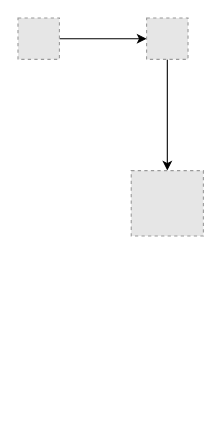
The draw.io diagram MyTestDiagram.drawio in pirahawk/draw-io-diagrams, before the edit. Source tidied: cells renumbered, new cells numbered last; positions are measured from the earlier drawing's top-left corner, leaving out a move shared by most shapes. Both pictures are drawn from the tidied source at 109%, with x=0, y=0 at pixel (17, 17). Pictures stored in the file or linked from it are replaced by grey dashed boxes.
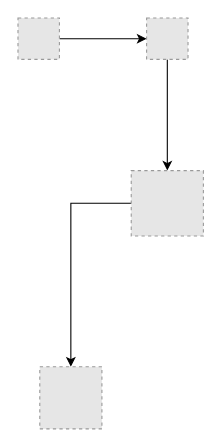
Above is the later version.

Change to the diagram source:
```diff
@@
 <mxGraphModel>
   <root>
     <mxCell id="0" />
     <mxCell id="1" parent="0" />
     <mxCell id="2" style="edgeStyle=orthogonalEdgeStyle;rounded=0;jettySize=auto;html=1;" parent="1" edge="1" source="3" target="5">
       <mxGeometry relative="1" as="geometry" />
     </mxCell>
     <mxCell id="3" style="fillColor=#E6E6E6;strokeColor=#999999;dashed=1;verticalLabelPosition=bottom;labelBackgroundColor=#ffffff;verticalAlign=top;" parent="1" vertex="1">
       <mxGeometry width="38" height="38" as="geometry" />
     </mxCell>
     <mxCell id="4" style="edgeStyle=orthogonalEdgeStyle;rounded=0;jettySize=auto;html=1;" parent="1" edge="1" source="5" target="6">
       <mxGeometry relative="1" as="geometry" />
     </mxCell>
     <mxCell id="5" style="fillColor=#E6E6E6;strokeColor=#999999;dashed=1;verticalLabelPosition=bottom;labelBackgroundColor=#ffffff;verticalAlign=top;" parent="1" vertex="1">
       <mxGeometry x="118" width="38" height="38" as="geometry" />
     </mxCell>
+    <mxCell id="7" style="edgeStyle=orthogonalEdgeStyle;rounded=0;jettySize=auto;html=1;" parent="1" edge="1" source="6" target="8">
+      <mxGeometry relative="1" as="geometry" />
+    </mxCell>
     <mxCell id="6" style="fillColor=#E6E6E6;strokeColor=#999999;dashed=1;verticalLabelPosition=bottom;labelBackgroundColor=#ffffff;verticalAlign=top;" parent="1" vertex="1">
       <mxGeometry x="103.9" y="140" width="66.2" height="60" as="geometry" />
     </mxCell>
+    <mxCell id="8" style="fillColor=#E6E6E6;strokeColor=#999999;dashed=1;verticalLabelPosition=bottom;labelBackgroundColor=#ffffff;verticalAlign=top;" parent="1" vertex="1">
+      <mxGeometry x="20" y="320" width="57" height="57" as="geometry" />
+    </mxCell>
   </root>
 </mxGraphModel>
```
